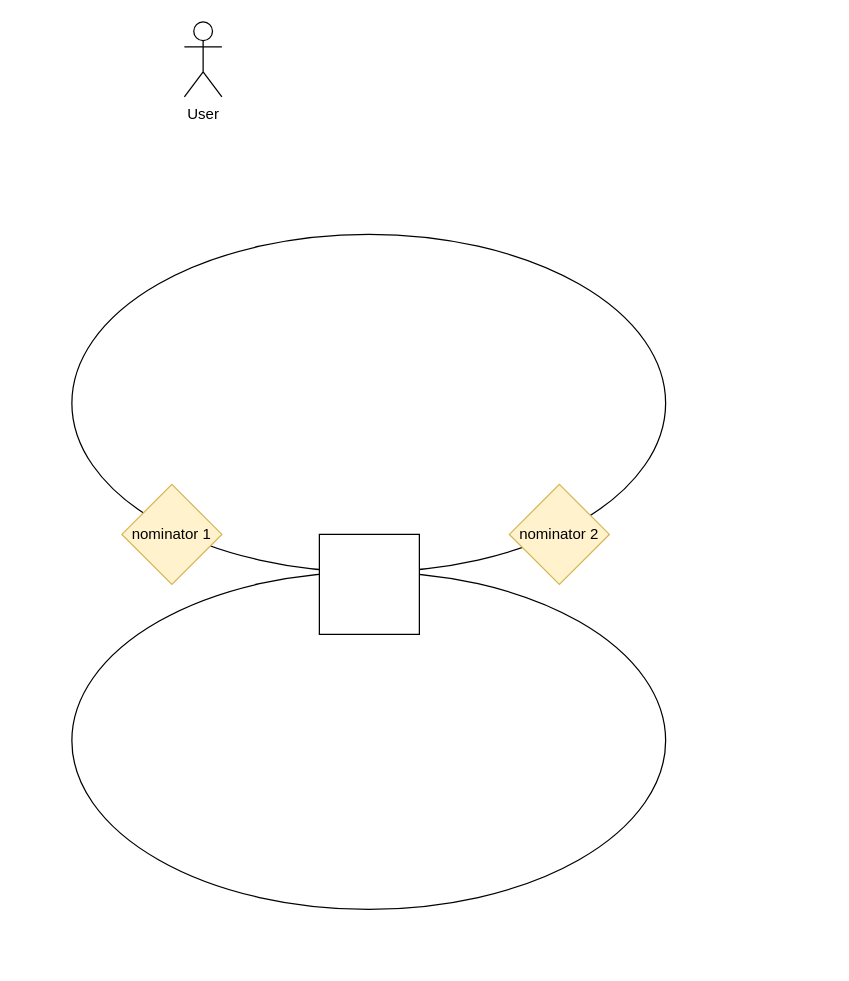
Above: Untitled Diagram.drawio in herryho/flowchars (draw.io), before the change. Source tidied: cells renumbered, new cells numbered last; positions are measured from the earlier drawing's top-left corner, leaving out a move shared by most shapes. Both pictures are drawn from the tidied source at 125%, with x=0, y=0 at pixel (71, 21).
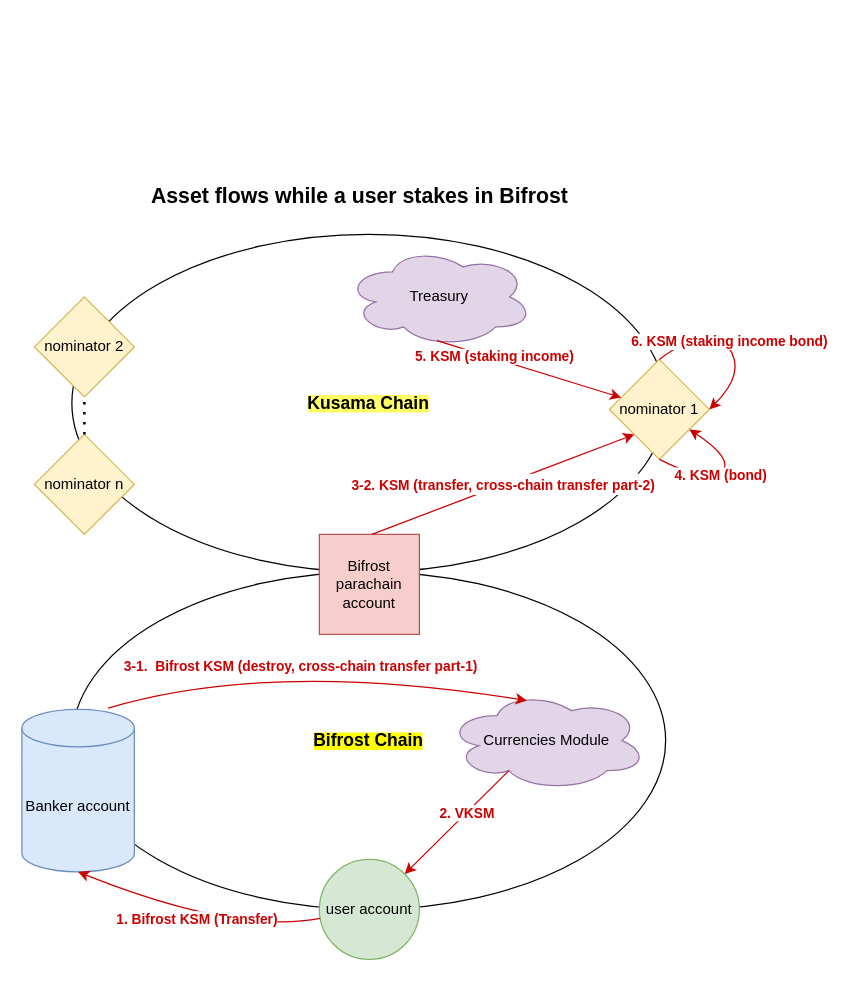
After the change.

Diff of the diagram source:
```diff
@@
-    <mxCell id="2" value="User" style="shape=umlActor;verticalLabelPosition=bottom;verticalAlign=top;html=1;" parent="1" vertex="1">
-      <mxGeometry x="90" width="30" height="60" as="geometry" />
-    </mxCell>
-    <mxCell id="3" style="ellipse;whiteSpace=wrap;html=1;" parent="1" vertex="1">
+    <mxCell id="3" value="&lt;b style=&quot;background-color: rgb(255 , 255 , 102)&quot;&gt;&lt;font style=&quot;font-size: 14px&quot;&gt;Kusama Chain&lt;/font&gt;&lt;/b&gt;" style="ellipse;whiteSpace=wrap;html=1;" parent="1" vertex="1">
       <mxGeometry y="170" width="475" height="270" as="geometry" />
     </mxCell>
-    <mxCell id="4" style="ellipse;whiteSpace=wrap;html=1;" parent="1" vertex="1">
+    <mxCell id="4" value="&lt;span style=&quot;background-color: rgb(255 , 255 , 0)&quot;&gt;&lt;b&gt;&lt;font style=&quot;font-size: 14px&quot;&gt;Bifrost Chain&lt;/font&gt;&lt;/b&gt;&lt;/span&gt;" style="ellipse;whiteSpace=wrap;html=1;" parent="1" vertex="1">
       <mxGeometry y="440" width="475" height="270" as="geometry" />
     </mxCell>
-    <mxCell id="5" style="whiteSpace=wrap;html=1;" parent="1" vertex="1">
+    <mxCell id="5" value="Bifrost parachain account" style="whiteSpace=wrap;html=1;fillColor=#f8cecc;strokeColor=#b85450;" parent="1" vertex="1">
       <mxGeometry x="198" y="410" width="80" height="80" as="geometry" />
     </mxCell>
-    <mxCell id="6" value="nominator 2" style="rhombus;whiteSpace=wrap;html=1;fillColor=#fff2cc;strokeColor=#d6b656;" parent="1" vertex="1">
-      <mxGeometry x="350" y="370" width="80" height="80" as="geometry" />
+    <mxCell id="6" value="nominator 1" style="rhombus;whiteSpace=wrap;html=1;fillColor=#fff2cc;strokeColor=#d6b656;" parent="1" vertex="1">
+      <mxGeometry x="430" y="270" width="80" height="80" as="geometry" />
     </mxCell>
-    <mxCell id="7" value="nominator 1" style="rhombus;whiteSpace=wrap;html=1;fillColor=#fff2cc;strokeColor=#d6b656;" parent="1" vertex="1">
-      <mxGeometry x="40" y="370" width="80" height="80" as="geometry" />
+    <mxCell id="7" value="nominator 2" style="rhombus;whiteSpace=wrap;html=1;fillColor=#fff2cc;strokeColor=#d6b656;" parent="1" vertex="1">
+      <mxGeometry x="-30" y="220" width="80" height="80" as="geometry" />
     </mxCell>
+    <mxCell id="8" value="user account" style="ellipse;whiteSpace=wrap;html=1;fillColor=#d5e8d4;strokeColor=#82b366;" parent="1" vertex="1">
+      <mxGeometry x="198" y="670" width="80" height="80" as="geometry" />
+    </mxCell>
+    <mxCell id="9" value="Banker account" style="shape=cylinder3;whiteSpace=wrap;html=1;boundedLbl=1;backgroundOutline=1;size=15;fillColor=#dae8fc;strokeColor=#6c8ebf;" parent="1" vertex="1">
+      <mxGeometry x="-40" y="550" width="90" height="130" as="geometry" />
+    </mxCell>
+    <mxCell id="10" value="Currencies Module" style="ellipse;shape=cloud;whiteSpace=wrap;html=1;fillColor=#e1d5e7;strokeColor=#9673a6;" parent="1" vertex="1">
+      <mxGeometry x="300" y="535" width="160" height="80" as="geometry" />
+    </mxCell>
+    <mxCell id="11" value="Treasury" style="ellipse;shape=cloud;whiteSpace=wrap;html=1;fillColor=#e1d5e7;strokeColor=#9673a6;" parent="1" vertex="1">
+      <mxGeometry x="219" y="180" width="150" height="80" as="geometry" />
+    </mxCell>
+    <mxCell id="12" style="endArrow=classic;html=1;rounded=0;fontColor=#CC0000;exitX=0.31;exitY=0.8;exitDx=0;exitDy=0;exitPerimeter=0;strokeColor=#CC0000;" parent="1" edge="1" source="10" target="8">
+      <mxGeometry relative="1" as="geometry" />
+    </mxCell>
+    <mxCell id="13" value="&lt;b&gt;2. VKSM&lt;br&gt;&lt;/b&gt;" style="edgeLabel;html=1;align=center;verticalAlign=middle;fontColor=#CC0000;" parent="12" vertex="1">
+      <mxGeometry x="-0.19" relative="1" as="geometry" />
+    </mxCell>
+    <mxCell id="14" value="&lt;b&gt;1. Bifrost KSM (Transfer)&lt;/b&gt;" style="curved=1;endArrow=classic;html=1;rounded=0;fontSize=11;fontColor=#CC0000;strokeColor=#CC0000;entryX=0.5;entryY=1;entryDx=0;entryDy=0;entryPerimeter=0;" parent="1" edge="1" source="8" target="9">
+      <mxGeometry relative="1" as="geometry">
+        <Array as="points">
+          <mxPoint x="130" y="730" />
+        </Array>
+      </mxGeometry>
+    </mxCell>
+    <mxCell id="15" style="endArrow=classic;html=1;rounded=0;fontSize=11;fontColor=#CC0000;strokeColor=#CC0000;exitX=0.487;exitY=0.938;exitDx=0;exitDy=0;exitPerimeter=0;" parent="1" edge="1" source="11" target="6">
+      <mxGeometry relative="1" as="geometry" />
+    </mxCell>
+    <mxCell id="16" value="&lt;b&gt;5. KSM (staking income)&lt;/b&gt;" style="edgeLabel;html=1;align=center;verticalAlign=middle;fontSize=11;fontColor=#CC0000;" parent="15" vertex="1">
+      <mxGeometry x="-0.39" y="1" relative="1" as="geometry" />
+    </mxCell>
+    <mxCell id="17" value="&lt;font color=&quot;#cc0000&quot; size=&quot;1&quot;&gt;&lt;b style=&quot;font-size: 11px&quot;&gt;3-2. KSM (transfer, cross-chain transfer part-2)&lt;/b&gt;&lt;/font&gt;" style="endArrow=classic;html=1;rounded=0;fontSize=14;fontColor=#FFFF66;strokeColor=#CC0000;entryX=0;entryY=1;entryDx=0;entryDy=0;" parent="1" edge="1" target="6">
+      <mxGeometry relative="1" as="geometry">
+        <mxPoint x="240" y="410" as="sourcePoint" />
+      </mxGeometry>
+    </mxCell>
+    <mxCell id="18" style="curved=1;endArrow=classic;html=1;rounded=0;fontSize=11;fontColor=#CC0000;strokeColor=#CC0000;exitX=0.5;exitY=1;exitDx=0;exitDy=0;" parent="1" edge="1" source="6" target="6">
+      <mxGeometry relative="1" as="geometry">
+        <Array as="points">
+          <mxPoint x="510" y="370" />
+          <mxPoint x="530" y="350" />
+        </Array>
+      </mxGeometry>
+    </mxCell>
+    <mxCell id="19" value="&lt;b&gt;4. KSM (bond)&lt;/b&gt;" style="edgeLabel;html=1;align=center;verticalAlign=middle;fontSize=11;fontColor=#CC0000;" parent="18" vertex="1">
+      <mxGeometry x="-0.04" y="-1" relative="1" as="geometry" />
+    </mxCell>
+    <mxCell id="20" style="curved=1;endArrow=classic;html=1;rounded=0;fontSize=11;fontColor=#CC0000;strokeColor=#CC0000;exitX=0.5;exitY=0;exitDx=0;exitDy=0;entryX=1;entryY=0.5;entryDx=0;entryDy=0;" parent="1" edge="1" source="6" target="6">
+      <mxGeometry relative="1" as="geometry">
+        <Array as="points">
+          <mxPoint x="510" y="240" />
+          <mxPoint x="540" y="280" />
+        </Array>
+      </mxGeometry>
+    </mxCell>
+    <mxCell id="21" value="6. KSM (staking income bond)" style="edgeLabel;html=1;align=center;verticalAlign=middle;fontSize=11;fontColor=#CC0000;fontStyle=1;" parent="20" vertex="1">
+      <mxGeometry x="-0.01" y="3" relative="1" as="geometry" />
+    </mxCell>
+    <mxCell id="22" value="nominator n" style="rhombus;whiteSpace=wrap;html=1;fillColor=#fff2cc;strokeColor=#d6b656;" parent="1" vertex="1">
+      <mxGeometry x="-30" y="330" width="80" height="80" as="geometry" />
+    </mxCell>
+    <mxCell id="23" style="endArrow=none;dashed=1;html=1;dashPattern=1 3;strokeWidth=2;rounded=0;fontSize=11;fontColor=#CC0000;entryX=0.5;entryY=1;entryDx=0;entryDy=0;" parent="1" edge="1" source="22" target="7">
+      <mxGeometry relative="1" as="geometry" />
+    </mxCell>
+    <mxCell id="24" value="Asset flows while a user stakes in Bifrost" style="text;html=1;align=center;verticalAlign=middle;strokeColor=none;fillColor=none;fontSize=17;fontColor=#000000;fontStyle=1;" parent="1" vertex="1">
+      <mxGeometry x="55" y="125" width="350" height="30" as="geometry" />
+    </mxCell>
+    <mxCell id="25" style="curved=1;endArrow=classic;html=1;rounded=0;fontSize=17;fontColor=#000000;strokeColor=#CC0000;entryX=0.4;entryY=0.1;entryDx=0;entryDy=0;entryPerimeter=0;exitX=0.767;exitY=-0.008;exitDx=0;exitDy=0;exitPerimeter=0;" parent="1" edge="1" source="9" target="10">
+      <mxGeometry relative="1" as="geometry">
+        <Array as="points">
+          <mxPoint x="160" y="510" />
+        </Array>
+      </mxGeometry>
+    </mxCell>
+    <mxCell id="26" value="&lt;b style=&quot;color: rgb(204 , 0 , 0) ; font-size: 11px&quot;&gt;3-1.&amp;nbsp; Bifrost KSM (destroy, cross-chain transfer part-1)&lt;/b&gt;" style="edgeLabel;html=1;align=center;verticalAlign=middle;fontSize=17;fontColor=#000000;" parent="25" vertex="1">
+      <mxGeometry x="-0.07" y="-1" relative="1" as="geometry" />
+    </mxCell>
```
